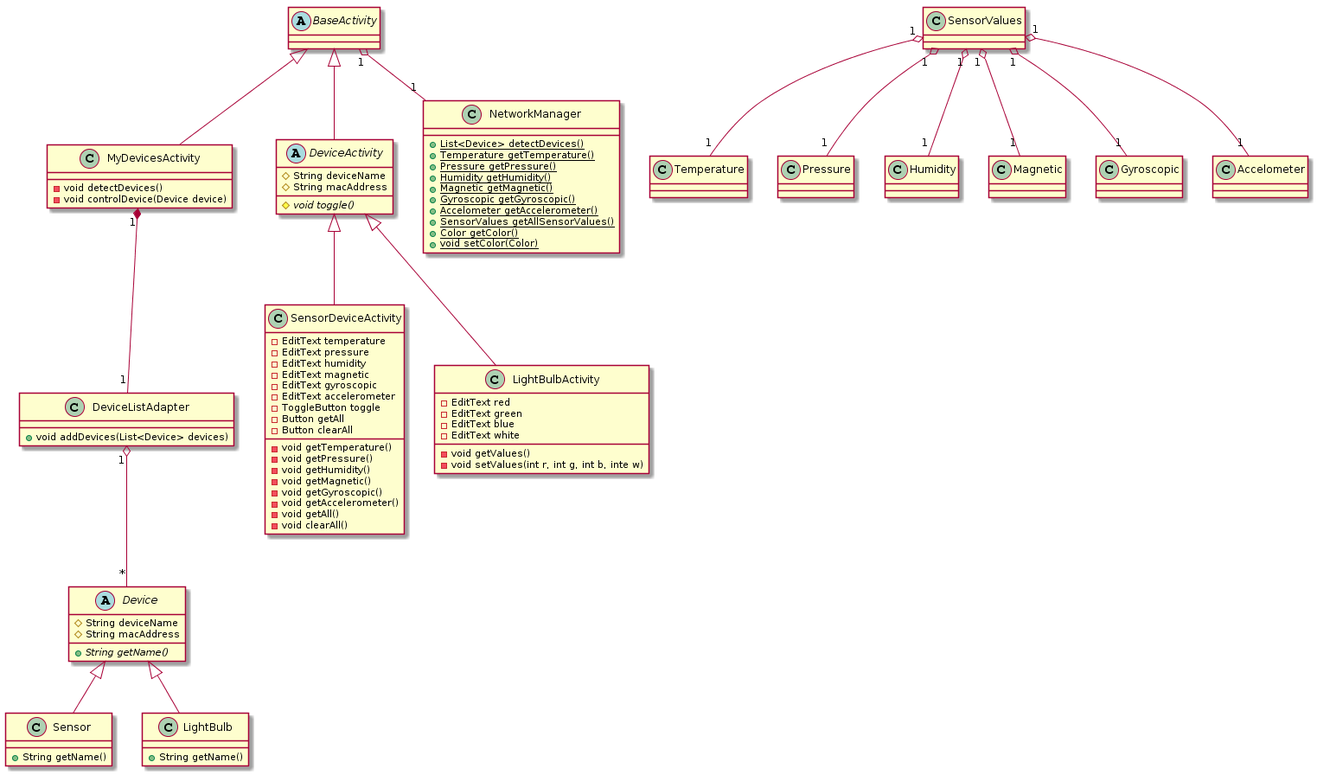
Earlier version of the PlantUML export docs/STLDD/class_diagram.png (ockka/ETSN05-Group2). Source of this version:
```plantuml
@startuml
class NetworkManager{
 +{static} List<Device> detectDevices()
 +{static} Temperature getTemperature()
 +{static} Pressure getPressure()
 +{static} Humidity getHumidity()
 +{static} Magnetic getMagnetic()
 +{static} Gyroscopic getGyroscopic()
 +{static} Accelometer getAccelerometer()
 +{static} SensorValues getAllSensorValues()
 +{static} Color getColor()
 +{static} void setColor(Color)
}

abstract class BaseActivity{
}

class DeviceListAdapter {
 +void addDevices(List<Device> devices)
}

class MyDevicesActivity{
 -void detectDevices()
 -void controlDevice(Device device)
}

class SensorDeviceActivity{
 -EditText temperature
 -EditText pressure
 -EditText humidity
 -EditText magnetic
 -EditText gyroscopic
 -EditText accelerometer
 -ToggleButton toggle
 -Button getAll
 -Button clearAll
 -void getTemperature()
 -void getPressure()
 -void getHumidity()
 -void getMagnetic()
 -void getGyroscopic()
 -void getAccelerometer()
 -void getAll()
 -void clearAll()
}

class LightBulbActivity{
 -EditText red
 -EditText green
 -EditText blue
 -EditText white
 -void getValues()
 -void setValues(int r, int g, int b, inte w)
}

abstract class DeviceActivity{
 #String deviceName
 #String macAddress
 #{abstract} void toggle()
}


abstract class Device{
 #String deviceName
 #String macAddress
 +{abstract} String getName()
}

class Sensor{
 +String getName()
}

class LightBulb{
 +String getName()
}

BaseActivity <|-- MyDevicesActivity
BaseActivity <|-- DeviceActivity
DeviceActivity <|-- SensorDeviceActivity
DeviceActivity <|-- LightBulbActivity

Device <|-- Sensor
Device <|-- LightBulb

MyDevicesActivity "1" *-- "1" DeviceListAdapter
DeviceListAdapter "1" o-- "*" Device
BaseActivity "1" o-- "1" NetworkManager

SensorValues "1" o-- "1" Temperature
SensorValues "1" o-- "1" Pressure
SensorValues "1" o-- "1" Humidity
SensorValues "1" o-- "1" Magnetic
SensorValues "1" o-- "1" Gyroscopic
SensorValues "1" o-- "1" Accelometer
@enduml
```
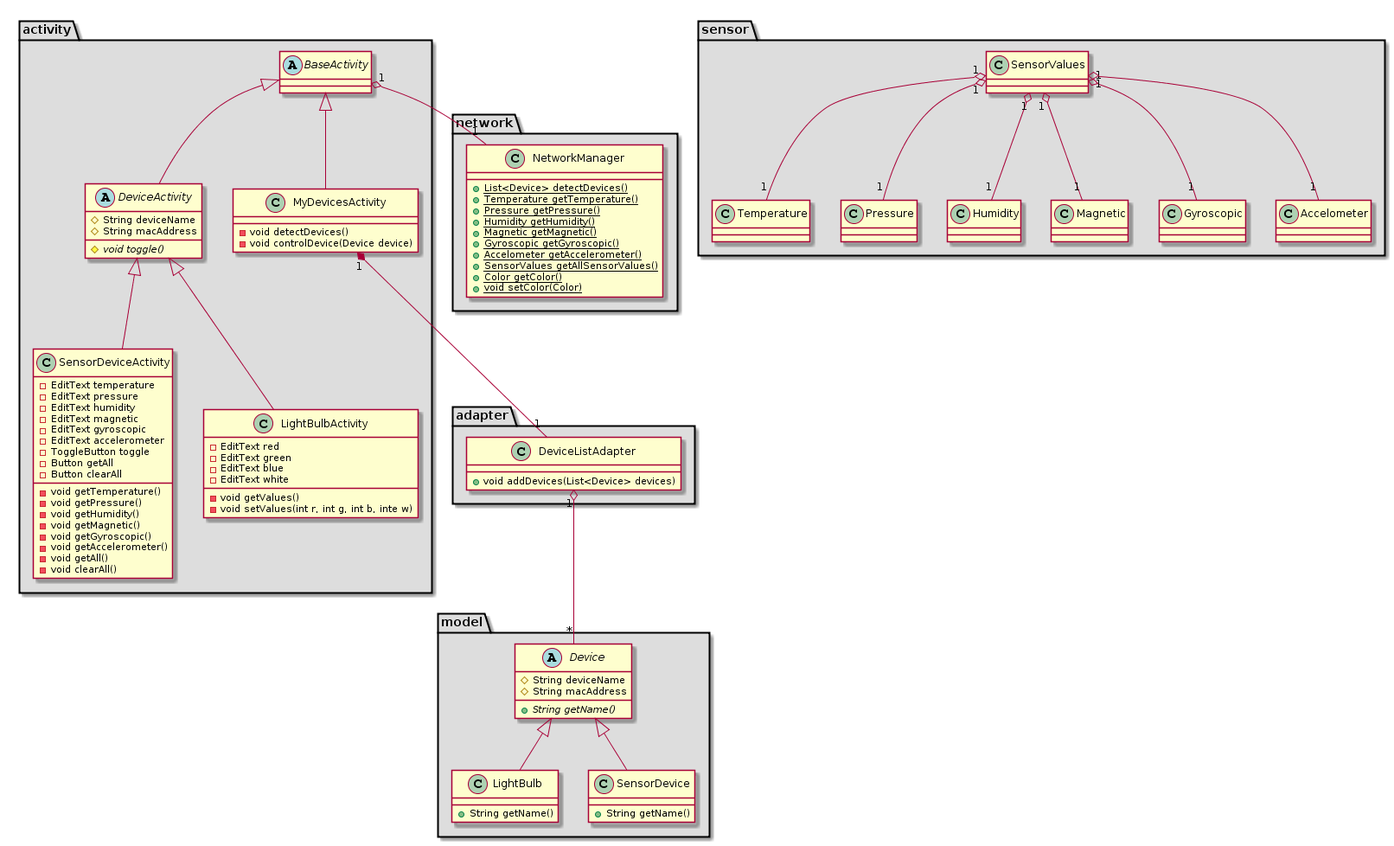
Later version of the same file.

Commit message:
PUSS154214 v0.1: Added packages in class diagram

Change to the diagram source:
```diff
@@ -1,5 +1,35 @@
 @startuml
-class NetworkManager{
+package "activity" #DDDDDD {
+  class BaseActivity
+  class MyDevicesActivity
+  class SensorDeviceActivity
+  class LightBulbActivity
+  class DeviceActivity
+
+}
+package "network" #DDDDDD {
+  class NetworkManager
+}
+package "adapter" #DDDDDD {
+  class DeviceListAdapter
+}
+package "model" #DDDDDD {
+  class Device
+  class LightBulb
+  class SensorDevice
+}
+
+package "sensor" #DDDDDD {
+	class SensorValues
+	class Temperature
+	class Pressure
+	class Humidity
+	class Magnetic
+	class Gyroscopic
+	class Accelometer
+}
+
+ class NetworkManager{
  +{static} List<Device> detectDevices()
  +{static} Temperature getTemperature()
  +{static} Pressure getPressure()
@@ -66,7 +96,7 @@
  +{abstract} String getName()
 }
 
-class Sensor{
+class SensorDevice{
  +String getName()
 }
 
@@ -79,7 +109,7 @@
 DeviceActivity <|-- SensorDeviceActivity
 DeviceActivity <|-- LightBulbActivity
 
-Device <|-- Sensor
+Device <|-- SensorDevice
 Device <|-- LightBulb
 
 MyDevicesActivity "1" *-- "1" DeviceListAdapter
```
